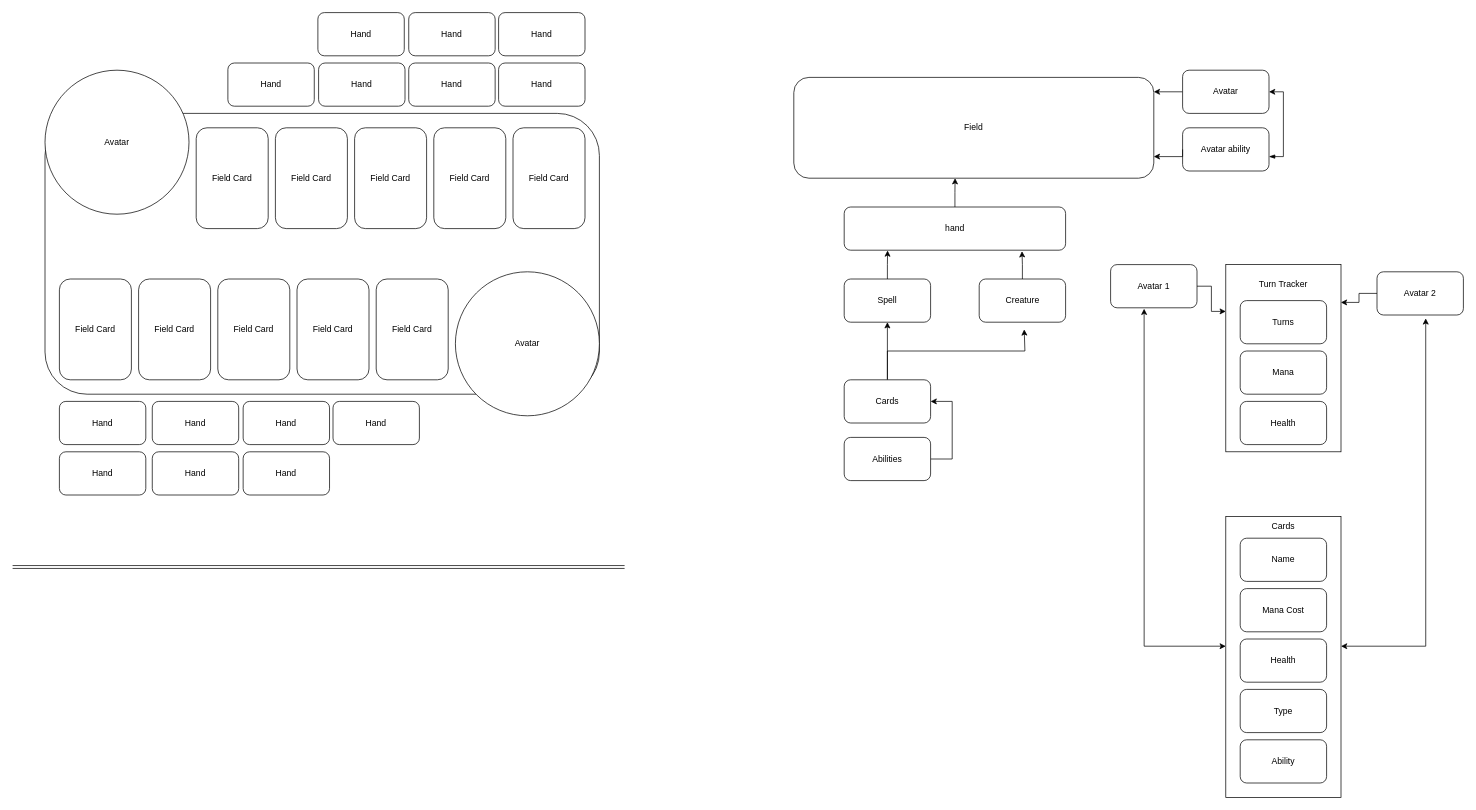
This is daigrams_from_site/Card Game Flow Chart.drawio from popados/01_diagrams, a draw.io file, before an edit. Source tidied: cells renumbered, new cells numbered last; positions are measured from the earlier drawing's top-left corner, leaving out a move shared by most shapes. Both pictures are drawn from the tidied source at 72%, with x=0, y=0 at pixel (12, 12).
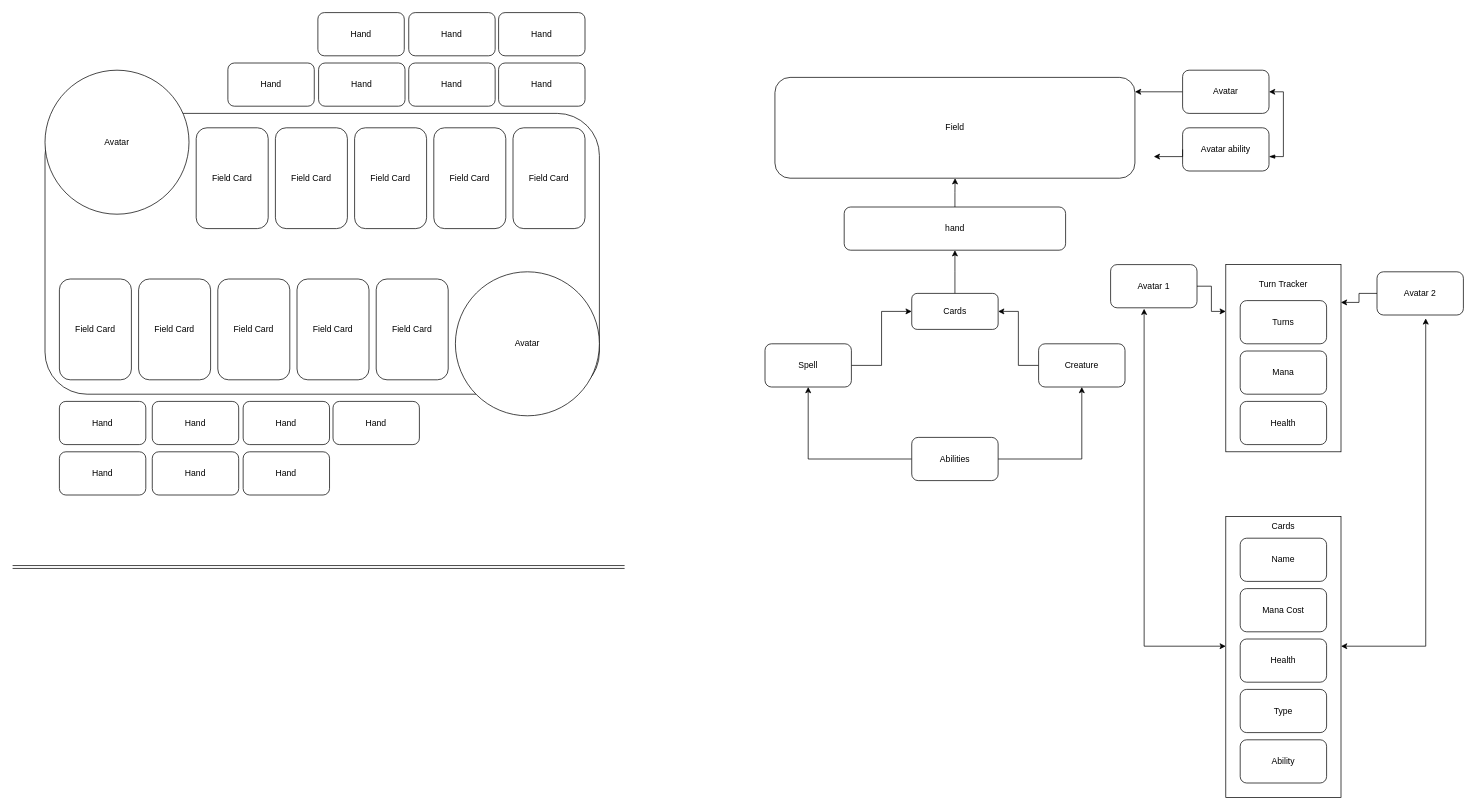
The same diagram, later.

Unchanged cells that the change refers to:
```xml
<mxCell id="31" value="hand" style="rounded=1;whiteSpace=wrap;html=1;" parent="1" vertex="1">
  <mxGeometry x="1155" y="270" width="307.5" height="60" as="geometry" />
</mxCell>
```

The edit, as a diff of the source:
```diff
@@
     <mxCell id="18" value="Field&lt;br&gt;" style="rounded=1;whiteSpace=wrap;html=1;" parent="1" vertex="1">
-      <mxGeometry x="1085" y="90" width="500" height="140" as="geometry" />
+      <mxGeometry x="1058.8" y="90" width="500" height="140" as="geometry" />
     </mxCell>
-    <mxCell id="19" style="edgeStyle=orthogonalEdgeStyle;rounded=0;jettySize=auto;html=1;entryX=0.196;entryY=1.007;entryDx=0;entryDy=0;entryPerimeter=0;" parent="1" edge="1" source="20" target="31">
+    <mxCell id="19" style="edgeStyle=orthogonalEdgeStyle;rounded=0;jettySize=auto;html=1;entryX=0;entryY=0.5;entryDx=0;entryDy=0;" parent="1" edge="1" source="20" target="50">
       <mxGeometry relative="1" as="geometry" />
     </mxCell>
     <mxCell id="20" value="Spell" style="rounded=1;whiteSpace=wrap;html=1;" parent="1" vertex="1">
-      <mxGeometry x="1155" y="370" width="120" height="60" as="geometry" />
+      <mxGeometry x="1045" y="460" width="120" height="60" as="geometry" />
     </mxCell>
-    <mxCell id="21" style="edgeStyle=orthogonalEdgeStyle;rounded=0;jettySize=auto;html=1;entryX=0.803;entryY=1.024;entryDx=0;entryDy=0;entryPerimeter=0;" parent="1" edge="1" source="22" target="31">
+    <mxCell id="21" style="edgeStyle=orthogonalEdgeStyle;rounded=0;jettySize=auto;html=1;entryX=1;entryY=0.5;entryDx=0;entryDy=0;" parent="1" edge="1" source="22" target="50">
       <mxGeometry relative="1" as="geometry" />
     </mxCell>
     <mxCell id="22" value="Creature" style="rounded=1;whiteSpace=wrap;html=1;" parent="1" vertex="1">
-      <mxGeometry x="1342.5" y="370" width="120" height="60" as="geometry" />
+      <mxGeometry x="1425" y="460" width="120" height="60" as="geometry" />
     </mxCell>
@@
-    <mxCell id="46" style="edgeStyle=orthogonalEdgeStyle;rounded=0;jettySize=auto;html=1;entryX=1;entryY=0.5;entryDx=0;entryDy=0;" parent="1" edge="1" source="47" target="50">
-      <mxGeometry relative="1" as="geometry">
-        <Array as="points">
-          <mxPoint x="1305" y="620" />
-          <mxPoint x="1305" y="540" />
-        </Array>
-      </mxGeometry>
-    </mxCell>
+    <mxCell id="64" style="edgeStyle=orthogonalEdgeStyle;rounded=0;jettySize=auto;html=1;" parent="1" edge="1" source="47" target="22">
+      <mxGeometry relative="1" as="geometry" />
+    </mxCell>
+    <mxCell id="65" style="edgeStyle=orthogonalEdgeStyle;rounded=0;jettySize=auto;html=1;" parent="1" edge="1" source="47" target="20">
+      <mxGeometry relative="1" as="geometry" />
+    </mxCell>
     <mxCell id="47" value="Abilities" style="rounded=1;whiteSpace=wrap;html=1;" parent="1" vertex="1">
-      <mxGeometry x="1155" y="590" width="120" height="60" as="geometry" />
+      <mxGeometry x="1248.8" y="590" width="120" height="60" as="geometry" />
     </mxCell>
-    <mxCell id="48" style="edgeStyle=orthogonalEdgeStyle;rounded=0;jettySize=auto;html=1;entryX=0.5;entryY=1;entryDx=0;entryDy=0;" parent="1" edge="1" source="50" target="20">
-      <mxGeometry relative="1" as="geometry" />
-    </mxCell>
-    <mxCell id="49" style="edgeStyle=orthogonalEdgeStyle;rounded=0;jettySize=auto;html=1;" parent="1" edge="1" source="50">
-      <mxGeometry relative="1" as="geometry">
-        <mxPoint x="1405" y="440" as="targetPoint" />
-        <Array as="points">
-          <mxPoint x="1215" y="470" />
-          <mxPoint x="1406" y="470" />
-          <mxPoint x="1406" y="440" />
-        </Array>
-      </mxGeometry>
-    </mxCell>
+    <mxCell id="66" style="edgeStyle=orthogonalEdgeStyle;rounded=0;jettySize=auto;html=1;" parent="1" edge="1" source="50" target="31">
+      <mxGeometry relative="1" as="geometry" />
+    </mxCell>
     <mxCell id="50" value="Cards" style="rounded=1;whiteSpace=wrap;html=1;" parent="1" vertex="1">
-      <mxGeometry x="1155" y="510" width="120" height="60" as="geometry" />
+      <mxGeometry x="1248.8" y="390" width="120" height="50" as="geometry" />
     </mxCell>
```
